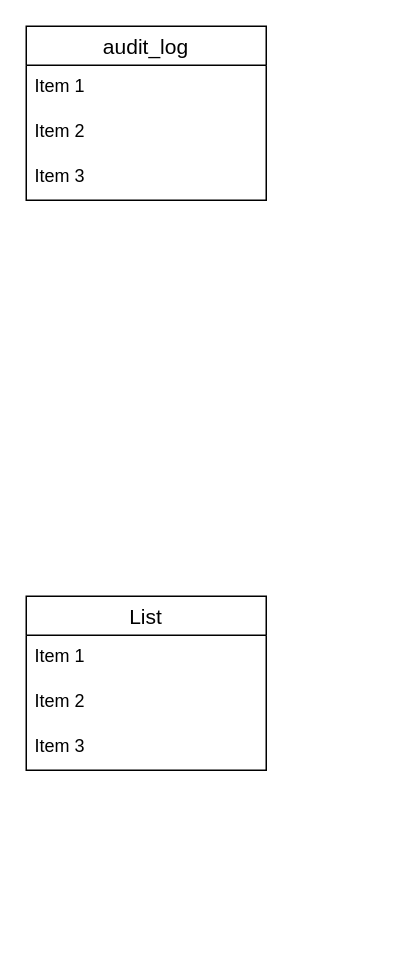
Before: Untitled Diagram.drawio in lozinj/DB-Schema, a draw.io diagram. Source tidied: cells renumbered, new cells numbered last; positions are measured from the earlier drawing's top-left corner, leaving out a move shared by most shapes. Both pictures are drawn from the tidied source at 150%, with x=0, y=0 at pixel (26, 26).
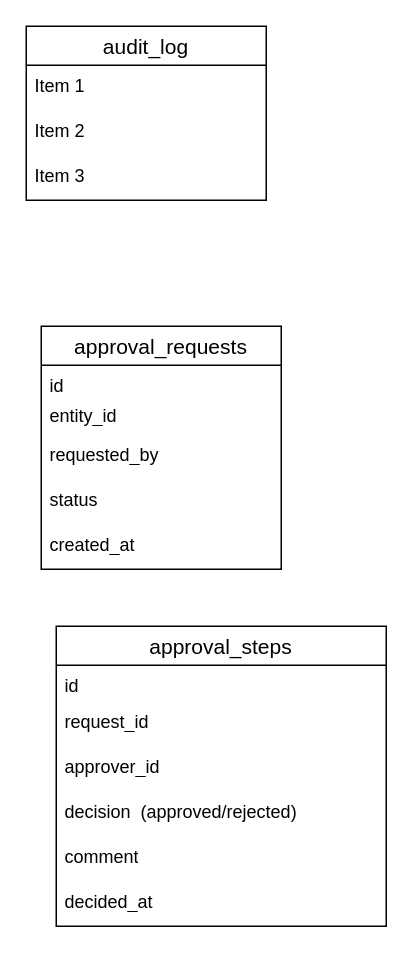
After the change.

Diff of the diagram source:
```diff
@@
 <mxGraphModel>
   <root>
     <mxCell id="0" />
     <mxCell id="1" parent="0" />
     <mxCell id="2" value="audit_log" style="swimlane;fontStyle=0;horizontal=1;startSize=26;align=center;fontSize=14;" parent="1" vertex="1">
       <mxGeometry width="160" height="116" as="geometry" />
     </mxCell>
     <mxCell id="3" value="Item 1" style="text;strokeColor=none;fillColor=none;spacingLeft=4;spacingRight=4;overflow=hidden;fontSize=12;whiteSpace=wrap;html=1;" parent="2" vertex="1">
       <mxGeometry y="26" width="160" height="30" as="geometry" />
     </mxCell>
     <mxCell id="4" value="Item 2" style="text;strokeColor=none;fillColor=none;spacingLeft=4;spacingRight=4;overflow=hidden;fontSize=12;whiteSpace=wrap;html=1;" parent="2" vertex="1">
       <mxGeometry y="56" width="160" height="30" as="geometry" />
     </mxCell>
     <mxCell id="5" value="Item 3" style="text;strokeColor=none;fillColor=none;spacingLeft=4;spacingRight=4;overflow=hidden;fontSize=12;whiteSpace=wrap;html=1;" parent="2" vertex="1">
       <mxGeometry y="86" width="160" height="30" as="geometry" />
     </mxCell>
-    <mxCell id="6" value="List" style="swimlane;fontStyle=0;horizontal=1;startSize=26;align=center;fontSize=14;" parent="1" vertex="1">
-      <mxGeometry y="380" width="160" height="116" as="geometry" />
+    <mxCell id="6" value="approval_requests" style="swimlane;fontStyle=0;horizontal=1;startSize=26;align=center;fontSize=14;" parent="1" vertex="1">
+      <mxGeometry x="10" y="200" width="160" height="162" as="geometry" />
     </mxCell>
-    <mxCell id="7" value="Item 1" style="text;strokeColor=none;fillColor=none;spacingLeft=4;spacingRight=4;overflow=hidden;fontSize=12;whiteSpace=wrap;html=1;" parent="6" vertex="1">
-      <mxGeometry y="26" width="160" height="30" as="geometry" />
+    <mxCell id="7" value="id" style="text;strokeColor=none;fillColor=none;spacingLeft=4;spacingRight=4;overflow=hidden;fontSize=12;whiteSpace=wrap;html=1;" parent="6" vertex="1">
+      <mxGeometry y="26" width="160" height="20" as="geometry" />
     </mxCell>
-    <mxCell id="8" value="Item 2" style="text;strokeColor=none;fillColor=none;spacingLeft=4;spacingRight=4;overflow=hidden;fontSize=12;whiteSpace=wrap;html=1;" parent="6" vertex="1">
-      <mxGeometry y="56" width="160" height="30" as="geometry" />
-    </mxCell>
-    <mxCell id="9" value="Item 3" style="text;strokeColor=none;fillColor=none;spacingLeft=4;spacingRight=4;overflow=hidden;fontSize=12;whiteSpace=wrap;html=1;" parent="6" vertex="1">
-      <mxGeometry y="86" width="160" height="30" as="geometry" />
+    <mxCell id="9" value="entity_id" style="text;strokeColor=none;fillColor=none;spacingLeft=4;spacingRight=4;overflow=hidden;fontSize=12;whiteSpace=wrap;html=1;flipV=0;flipH=1;" parent="6" vertex="1">
+      <mxGeometry y="46" width="160" height="26" as="geometry" />
     </mxCell>
+    <mxCell id="10" value="requested_by" style="text;strokeColor=none;fillColor=none;spacingLeft=4;spacingRight=4;overflow=hidden;fontSize=12;whiteSpace=wrap;html=1;flipV=0;flipH=1;" parent="6" vertex="1">
+      <mxGeometry y="72" width="160" height="30" as="geometry" />
+    </mxCell>
+    <mxCell id="11" value="status" style="text;strokeColor=none;fillColor=none;spacingLeft=4;spacingRight=4;overflow=hidden;fontSize=12;whiteSpace=wrap;html=1;flipV=0;flipH=1;" parent="6" vertex="1">
+      <mxGeometry y="102" width="160" height="30" as="geometry" />
+    </mxCell>
+    <mxCell id="12" value="created_at" style="text;strokeColor=none;fillColor=none;spacingLeft=4;spacingRight=4;overflow=hidden;fontSize=12;whiteSpace=wrap;html=1;flipV=0;flipH=1;" parent="6" vertex="1">
+      <mxGeometry y="132" width="160" height="30" as="geometry" />
+    </mxCell>
+    <mxCell id="13" value="approval_steps" style="swimlane;fontStyle=0;horizontal=1;startSize=26;align=center;fontSize=14;" parent="1" vertex="1">
+      <mxGeometry x="20" y="400" width="220" height="200" as="geometry" />
+    </mxCell>
+    <mxCell id="14" value="id" style="text;strokeColor=none;fillColor=none;spacingLeft=4;spacingRight=4;overflow=hidden;fontSize=12;whiteSpace=wrap;html=1;" parent="13" vertex="1">
+      <mxGeometry y="26" width="220" height="24" as="geometry" />
+    </mxCell>
+    <mxCell id="15" value="request_id" style="text;strokeColor=none;fillColor=none;spacingLeft=4;spacingRight=4;overflow=hidden;fontSize=12;whiteSpace=wrap;html=1;" parent="13" vertex="1">
+      <mxGeometry y="50" width="220" height="30" as="geometry" />
+    </mxCell>
+    <mxCell id="16" value="approver_id" style="text;strokeColor=none;fillColor=none;spacingLeft=4;spacingRight=4;overflow=hidden;fontSize=12;whiteSpace=wrap;html=1;" parent="13" vertex="1">
+      <mxGeometry y="80" width="220" height="30" as="geometry" />
+    </mxCell>
+    <mxCell id="17" value="decision&amp;nbsp; (approved/rejected)" style="text;strokeColor=none;fillColor=none;spacingLeft=4;spacingRight=4;overflow=hidden;fontSize=12;whiteSpace=wrap;html=1;" parent="13" vertex="1">
+      <mxGeometry y="110" width="220" height="30" as="geometry" />
+    </mxCell>
+    <mxCell id="18" value="comment" style="text;strokeColor=none;fillColor=none;spacingLeft=4;spacingRight=4;overflow=hidden;fontSize=12;whiteSpace=wrap;html=1;" parent="13" vertex="1">
+      <mxGeometry y="140" width="220" height="30" as="geometry" />
+    </mxCell>
+    <mxCell id="19" value="decided_at" style="text;strokeColor=none;fillColor=none;spacingLeft=4;spacingRight=4;overflow=hidden;fontSize=12;whiteSpace=wrap;html=1;" parent="13" vertex="1">
+      <mxGeometry y="170" width="220" height="30" as="geometry" />
+    </mxCell>
   </root>
 </mxGraphModel>
```
